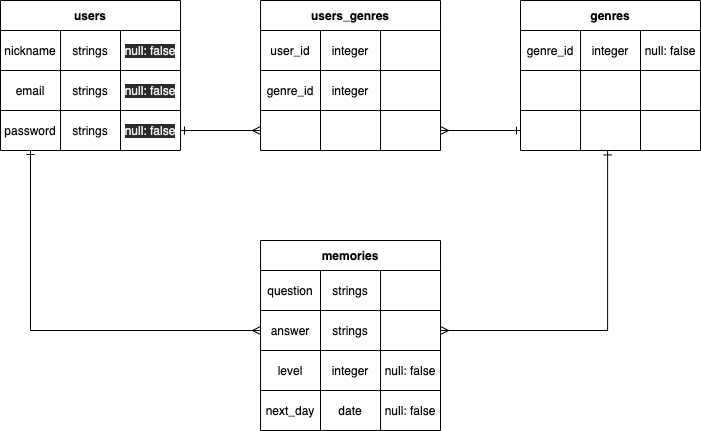
Earlier version of the draw.io export tango.drawio.png (mizukosy/tango-app). Source tidied: cells renumbered, new cells last; positions are measured from the earlier drawing's top-left corner, leaving out a move shared by most shapes.
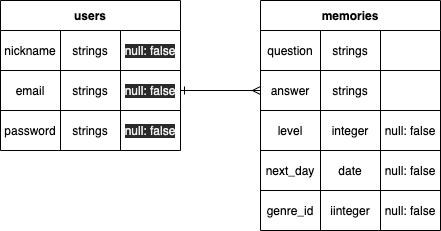
The same file after the commit.

Diff of the diagram source:
```diff
@@ -41,105 +41,18 @@
     <mxCell id="14" value="&lt;meta charset=&quot;utf-8&quot;&gt;&lt;span style=&quot;color: rgb(240, 240, 240); font-family: helvetica; font-size: 12px; font-style: normal; font-weight: 400; letter-spacing: normal; text-align: center; text-indent: 0px; text-transform: none; word-spacing: 0px; background-color: rgb(42, 42, 42); display: inline; float: none;&quot;&gt;null: false&lt;/span&gt;" style="shape=partialRectangle;html=1;whiteSpace=wrap;fillColor=none;top=0;left=0;bottom=0;right=0;overflow=hidden;" parent="11" vertex="1">
       <mxGeometry x="120" width="60" height="40" as="geometry" />
     </mxCell>
-    <mxCell id="15" value="users_genres" style="shape=table;html=1;whiteSpace=wrap;startSize=30;fontStyle=1;align=center;" parent="1" vertex="1">
-      <mxGeometry x="260" width="180" height="150" as="geometry" />
-    </mxCell>
-    <mxCell id="16" style="shape=partialRectangle;html=1;whiteSpace=wrap;fillColor=none;top=0;left=0;bottom=0;right=0;" parent="15" vertex="1">
-      <mxGeometry y="30" width="180" height="40" as="geometry" />
-    </mxCell>
-    <mxCell id="17" value="user_id" style="shape=partialRectangle;html=1;whiteSpace=wrap;fillColor=none;top=0;left=0;bottom=0;right=0;overflow=hidden;" parent="16" vertex="1">
-      <mxGeometry width="60" height="40" as="geometry" />
-    </mxCell>
-    <mxCell id="18" value="integer" style="shape=partialRectangle;html=1;whiteSpace=wrap;fillColor=none;top=0;left=0;bottom=0;right=0;overflow=hidden;" parent="16" vertex="1">
-      <mxGeometry x="60" width="60" height="40" as="geometry" />
-    </mxCell>
-    <mxCell id="19" style="shape=partialRectangle;html=1;whiteSpace=wrap;fillColor=none;top=0;left=0;bottom=0;right=0;overflow=hidden;" parent="16" vertex="1">
-      <mxGeometry x="120" width="60" height="40" as="geometry" />
-    </mxCell>
-    <mxCell id="20" style="shape=partialRectangle;html=1;whiteSpace=wrap;fillColor=none;top=0;left=0;bottom=0;right=0;" parent="15" vertex="1">
-      <mxGeometry y="70" width="180" height="40" as="geometry" />
-    </mxCell>
-    <mxCell id="21" value="genre_id" style="shape=partialRectangle;html=1;whiteSpace=wrap;fillColor=none;top=0;left=0;bottom=0;right=0;overflow=hidden;" parent="20" vertex="1">
-      <mxGeometry width="60" height="40" as="geometry" />
-    </mxCell>
-    <mxCell id="22" value="integer" style="shape=partialRectangle;html=1;whiteSpace=wrap;fillColor=none;top=0;left=0;bottom=0;right=0;overflow=hidden;" parent="20" vertex="1">
-      <mxGeometry x="60" width="60" height="40" as="geometry" />
-    </mxCell>
-    <mxCell id="23" style="shape=partialRectangle;html=1;whiteSpace=wrap;fillColor=none;top=0;left=0;bottom=0;right=0;overflow=hidden;" parent="20" vertex="1">
-      <mxGeometry x="120" width="60" height="40" as="geometry" />
-    </mxCell>
-    <mxCell id="24" style="shape=partialRectangle;html=1;whiteSpace=wrap;fillColor=none;top=0;left=0;bottom=0;right=0;points=[[0,0.5],[1,0.5]];portConstraint=eastwest;" parent="15" vertex="1">
-      <mxGeometry y="110" width="180" height="40" as="geometry" />
-    </mxCell>
-    <mxCell id="25" style="shape=partialRectangle;html=1;whiteSpace=wrap;fillColor=none;top=0;left=0;bottom=0;right=0;overflow=hidden;" parent="24" vertex="1">
-      <mxGeometry width="60" height="40" as="geometry" />
-    </mxCell>
-    <mxCell id="26" style="shape=partialRectangle;html=1;whiteSpace=wrap;fillColor=none;top=0;left=0;bottom=0;right=0;overflow=hidden;" parent="24" vertex="1">
-      <mxGeometry x="60" width="60" height="40" as="geometry" />
-    </mxCell>
-    <mxCell id="27" style="shape=partialRectangle;html=1;whiteSpace=wrap;fillColor=none;top=0;left=0;bottom=0;right=0;overflow=hidden;" parent="24" vertex="1">
-      <mxGeometry x="120" width="60" height="40" as="geometry" />
-    </mxCell>
-    <mxCell id="28" value="genres" style="shape=table;html=1;whiteSpace=wrap;startSize=30;fontStyle=1;align=center;" parent="1" vertex="1">
-      <mxGeometry x="520" width="180" height="150" as="geometry" />
-    </mxCell>
-    <mxCell id="29" style="shape=partialRectangle;html=1;whiteSpace=wrap;fillColor=none;top=0;left=0;bottom=0;right=0;" parent="28" vertex="1">
-      <mxGeometry y="30" width="180" height="40" as="geometry" />
-    </mxCell>
-    <mxCell id="30" value="genre_id" style="shape=partialRectangle;html=1;whiteSpace=wrap;fillColor=none;top=0;left=0;bottom=0;right=0;overflow=hidden;" parent="29" vertex="1">
-      <mxGeometry width="60" height="40" as="geometry" />
-    </mxCell>
-    <mxCell id="31" value="integer" style="shape=partialRectangle;html=1;whiteSpace=wrap;fillColor=none;top=0;left=0;bottom=0;right=0;overflow=hidden;" parent="29" vertex="1">
-      <mxGeometry x="60" width="60" height="40" as="geometry" />
-    </mxCell>
-    <mxCell id="32" value="null: false" style="shape=partialRectangle;html=1;whiteSpace=wrap;fillColor=none;top=0;left=0;bottom=0;right=0;overflow=hidden;" parent="29" vertex="1">
-      <mxGeometry x="120" width="60" height="40" as="geometry" />
-    </mxCell>
-    <mxCell id="33" style="shape=partialRectangle;html=1;whiteSpace=wrap;fillColor=none;top=0;left=0;bottom=0;right=0;" parent="28" vertex="1">
-      <mxGeometry y="70" width="180" height="40" as="geometry" />
-    </mxCell>
-    <mxCell id="34" style="shape=partialRectangle;html=1;whiteSpace=wrap;fillColor=none;top=0;left=0;bottom=0;right=0;overflow=hidden;" parent="33" vertex="1">
-      <mxGeometry width="60" height="40" as="geometry" />
-    </mxCell>
-    <mxCell id="35" style="shape=partialRectangle;html=1;whiteSpace=wrap;fillColor=none;top=0;left=0;bottom=0;right=0;overflow=hidden;" parent="33" vertex="1">
-      <mxGeometry x="60" width="60" height="40" as="geometry" />
-    </mxCell>
-    <mxCell id="36" style="shape=partialRectangle;html=1;whiteSpace=wrap;fillColor=none;top=0;left=0;bottom=0;right=0;overflow=hidden;" parent="33" vertex="1">
-      <mxGeometry x="120" width="60" height="40" as="geometry" />
-    </mxCell>
-    <mxCell id="37" style="shape=partialRectangle;html=1;whiteSpace=wrap;fillColor=none;top=0;left=0;bottom=0;right=0;points=[[0,0.5],[1,0.5]];portConstraint=eastwest;" parent="28" vertex="1">
-      <mxGeometry y="110" width="180" height="40" as="geometry" />
-    </mxCell>
-    <mxCell id="38" style="shape=partialRectangle;html=1;whiteSpace=wrap;fillColor=none;top=0;left=0;bottom=0;right=0;overflow=hidden;" parent="37" vertex="1">
-      <mxGeometry width="60" height="40" as="geometry" />
-    </mxCell>
-    <mxCell id="39" style="shape=partialRectangle;html=1;whiteSpace=wrap;fillColor=none;top=0;left=0;bottom=0;right=0;overflow=hidden;" parent="37" vertex="1">
-      <mxGeometry x="60" width="60" height="40" as="geometry" />
-    </mxCell>
-    <mxCell id="40" style="shape=partialRectangle;html=1;whiteSpace=wrap;fillColor=none;top=0;left=0;bottom=0;right=0;overflow=hidden;" parent="37" vertex="1">
-      <mxGeometry x="120" width="60" height="40" as="geometry" />
-    </mxCell>
-    <mxCell id="41" style="edgeStyle=orthogonalEdgeStyle;rounded=0;jettySize=auto;html=1;exitX=1;exitY=0.5;exitDx=0;exitDy=0;entryX=0;entryY=0.5;entryDx=0;entryDy=0;strokeColor=none;" parent="1" edge="1" source="11" target="24">
-      <mxGeometry relative="1" as="geometry" />
+    <mxCell id="41" style="edgeStyle=orthogonalEdgeStyle;rounded=0;jettySize=auto;html=1;exitX=1;exitY=0.5;exitDx=0;exitDy=0;entryX=0;entryY=0.5;entryDx=0;entryDy=0;strokeColor=none;" parent="1" edge="1" source="11">
+      <mxGeometry relative="1" as="geometry">
+        <mxPoint x="260" y="130" as="targetPoint" />
+      </mxGeometry>
     </mxCell>
-    <mxCell id="42" style="edgeStyle=orthogonalEdgeStyle;rounded=0;jettySize=auto;html=1;exitX=1;exitY=0.5;exitDx=0;exitDy=0;endArrow=ERmany;endFill=0;startArrow=ERone;startFill=0;" parent="1" edge="1" source="11">
-      <mxGeometry relative="1" as="geometry">
-        <mxPoint x="260" y="130" as="targetPoint" />
-      </mxGeometry>
-    </mxCell>
-    <mxCell id="43" style="edgeStyle=orthogonalEdgeStyle;rounded=0;jettySize=auto;html=1;exitX=0;exitY=0.5;exitDx=0;exitDy=0;entryX=1;entryY=0.5;entryDx=0;entryDy=0;startArrow=ERone;startFill=0;endArrow=ERmany;endFill=0;" parent="1" edge="1" source="37" target="24">
-      <mxGeometry relative="1" as="geometry" />
-    </mxCell>
     <mxCell id="44" style="edgeStyle=orthogonalEdgeStyle;rounded=0;jettySize=auto;html=1;entryX=0;entryY=0.5;entryDx=0;entryDy=0;startArrow=ERone;startFill=0;endArrow=ERmany;endFill=0;" parent="1" edge="1" target="51">
       <mxGeometry relative="1" as="geometry">
-        <mxPoint x="30" y="150" as="sourcePoint" />
+        <mxPoint x="180" y="90" as="sourcePoint" />
       </mxGeometry>
     </mxCell>
-    <mxCell id="45" style="edgeStyle=orthogonalEdgeStyle;rounded=0;jettySize=auto;html=1;exitX=0.484;exitY=1.011;exitDx=0;exitDy=0;startArrow=ERone;startFill=0;endArrow=ERmany;endFill=0;exitPerimeter=0;" parent="1" edge="1" source="37" target="51">
-      <mxGeometry relative="1" as="geometry" />
-    </mxCell>
     <mxCell id="46" value="memories" style="shape=table;html=1;whiteSpace=wrap;startSize=30;fontStyle=1;align=center;" parent="1" vertex="1">
-      <mxGeometry x="260" y="240" width="180" height="190" as="geometry" />
+      <mxGeometry x="260" width="180" height="230" as="geometry" />
     </mxCell>
     <mxCell id="47" style="shape=partialRectangle;html=1;whiteSpace=wrap;fillColor=none;top=0;left=0;bottom=0;right=0;" parent="46" vertex="1">
       <mxGeometry y="30" width="180" height="40" as="geometry" />
@@ -189,5 +102,17 @@
     <mxCell id="62" value="null: false" style="shape=partialRectangle;html=1;whiteSpace=wrap;fillColor=none;top=0;left=0;bottom=0;right=0;overflow=hidden;" parent="59" vertex="1">
       <mxGeometry x="120" width="60" height="40" as="geometry" />
     </mxCell>
+    <mxCell id="63" style="shape=partialRectangle;html=1;whiteSpace=wrap;fillColor=none;top=0;left=0;bottom=0;right=0;" parent="46" vertex="1">
+      <mxGeometry y="190" width="180" height="40" as="geometry" />
+    </mxCell>
+    <mxCell id="64" value="genre_id" style="shape=partialRectangle;html=1;whiteSpace=wrap;fillColor=none;top=0;left=0;bottom=0;right=0;overflow=hidden;" parent="63" vertex="1">
+      <mxGeometry width="60" height="40" as="geometry" />
+    </mxCell>
+    <mxCell id="65" value="iinteger" style="shape=partialRectangle;html=1;whiteSpace=wrap;fillColor=none;top=0;left=0;bottom=0;right=0;overflow=hidden;" parent="63" vertex="1">
+      <mxGeometry x="60" width="60" height="40" as="geometry" />
+    </mxCell>
+    <mxCell id="32" value="null: false" style="shape=partialRectangle;html=1;whiteSpace=wrap;fillColor=none;top=0;left=0;bottom=0;right=0;overflow=hidden;" parent="63" vertex="1">
+      <mxGeometry x="120" width="60" height="40" as="geometry" />
+    </mxCell>
   </root>
 </mxGraphModel>
```
